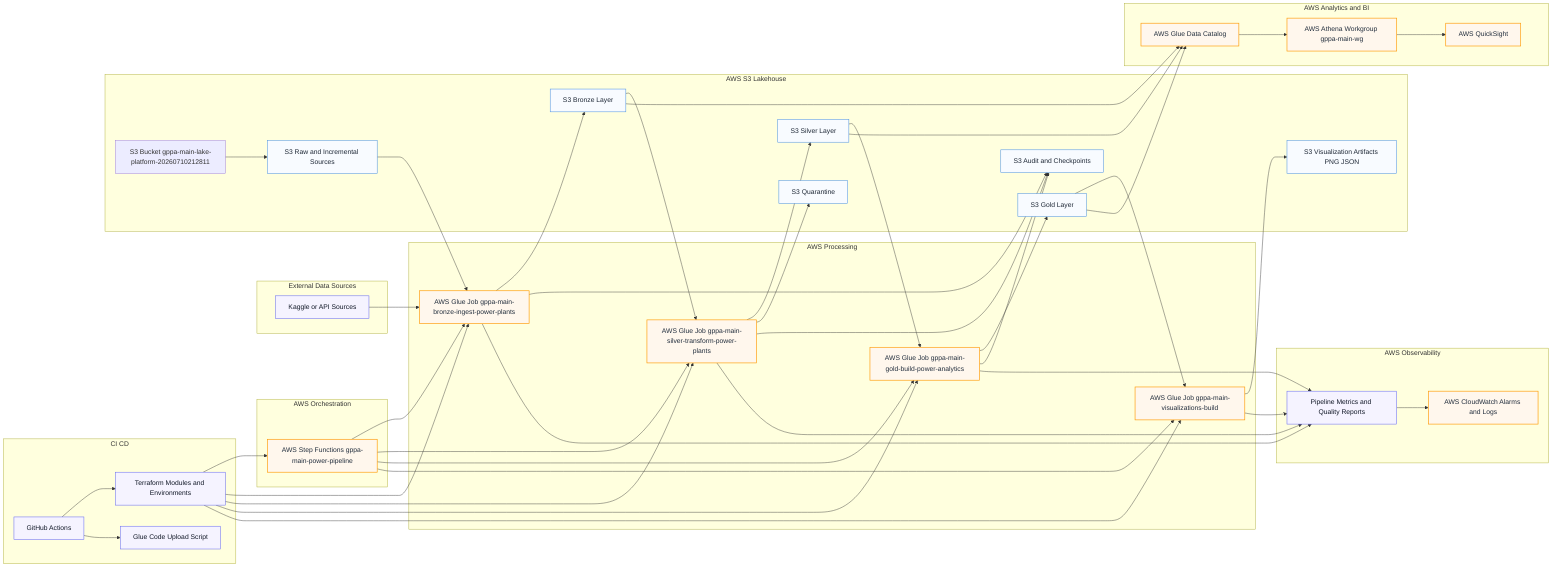
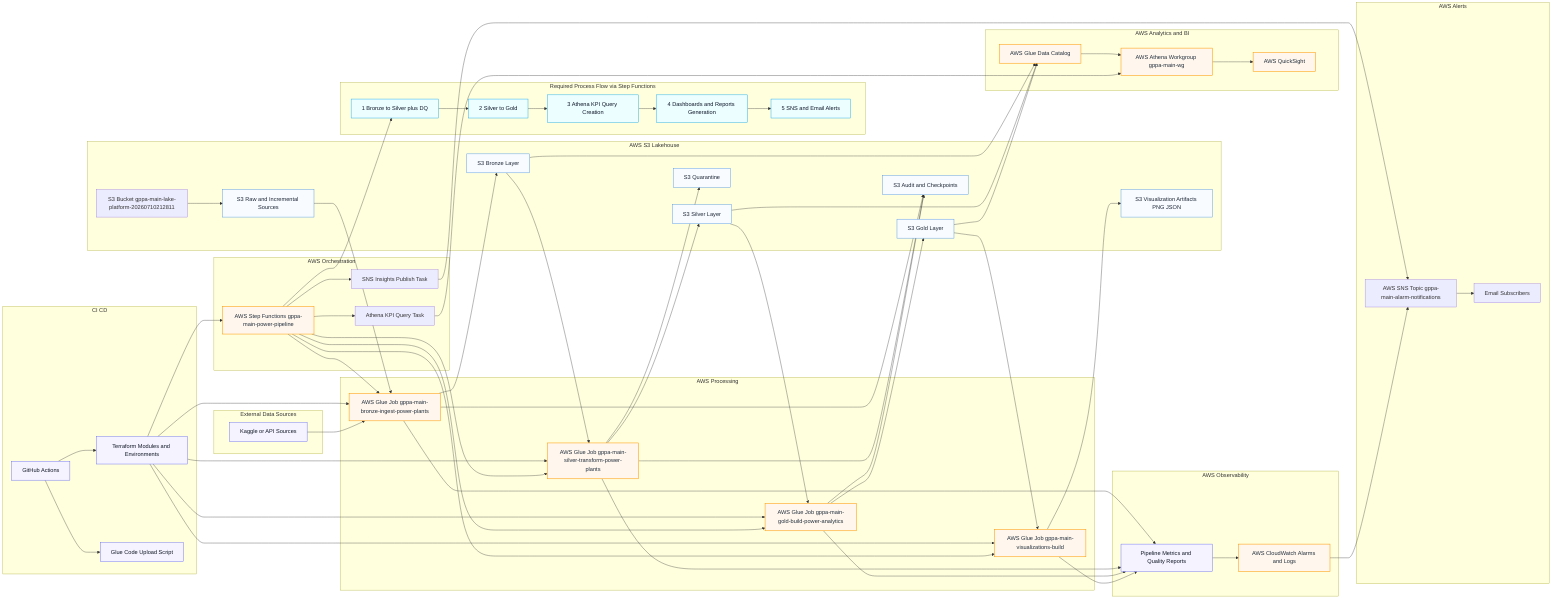
flowchart LR
    %% ------------------------------------------------------------
    %% Global Power Plant Analytics Platform - AWS Architecture
    %% Account: 371170753734 | Region: us-east-1
    %% Data lake bucket: gppa-main-lake-platform-20260710212811
    %% Step Functions ARN: arn:aws:states:us-east-1:371170753734:stateMachine:gppa-main-power-pipeline
    %% Athena workgroup: gppa-main-wg
    %% ------------------------------------------------------------

    subgraph DEVOPS[CI CD]
        GH[GitHub Actions]
        TF[Terraform Modules and Environments]
        UP[Glue Code Upload Script]
    end

    subgraph ORCH[AWS Orchestration]
        SFN[AWS Step Functions gppa-main-power-pipeline]
+         KPIQ[Athena KPI Query Task]
+         ALRT[SNS Insights Publish Task]
+     end
+ 
+     subgraph PROCESS[Required Process Flow via Step Functions]
+         P1[1 Bronze to Silver plus DQ]
+         P2[2 Silver to Gold]
+         P3[3 Athena KPI Query Creation]
+         P4[4 Dashboards and Reports Generation]
+         P5[5 SNS and Email Alerts]
    end

    subgraph ETL[AWS Processing]
        ING[AWS Glue Job gppa-main-bronze-ingest-power-plants]
        TRN[AWS Glue Job gppa-main-silver-transform-power-plants]
        GLD_JOB[AWS Glue Job gppa-main-gold-build-power-analytics]
        VIZ[AWS Glue Job gppa-main-visualizations-build]
    end

    subgraph EXT[External Data Sources]
        KAG[Kaggle or API Sources]
    end

    subgraph LAKE[AWS S3 Lakehouse]
        LKB[S3 Bucket gppa-main-lake-platform-20260710212811]
        RAW[S3 Raw and Incremental Sources]
        BRZ[S3 Bronze Layer]
        SLV[S3 Silver Layer]
        GLD[S3 Gold Layer]
        QTN[S3 Quarantine]
        AUD[S3 Audit and Checkpoints]
        VOUT[S3 Visualization Artifacts PNG JSON]
    end

    subgraph ANALYTICS[AWS Analytics and BI]
        CAT[AWS Glue Data Catalog]
        ATH[AWS Athena Workgroup gppa-main-wg]
        QS[AWS QuickSight]
    end

+     subgraph ALERTS[AWS Alerts]
+         SNS[AWS SNS Topic gppa-main-alarm-notifications]
+         EMAIL[Email Subscribers]
+     end
+ 
    subgraph OBS[AWS Observability]
        MET[Pipeline Metrics and Quality Reports]
        CW[AWS CloudWatch Alarms and Logs]
    end

    GH --> TF
    GH --> UP
    TF --> SFN
    TF --> ING
    TF --> TRN
    TF --> GLD_JOB
    TF --> VIZ

    LKB --> RAW
    KAG --> ING
    RAW --> ING
    SFN --> ING
    SFN --> TRN
    SFN --> GLD_JOB
+     SFN --> KPIQ
    SFN --> VIZ
+     SFN --> ALRT
+ 
+     P1 --> P2 --> P3 --> P4 --> P5
+     SFN --> P1

    ING --> BRZ
    ING --> AUD

    BRZ --> TRN
    TRN --> SLV
    TRN --> QTN
    TRN --> AUD

    SLV --> GLD_JOB
    GLD_JOB --> GLD
    GLD_JOB --> AUD
    GLD --> VIZ
    VIZ --> VOUT

    BRZ --> CAT
    SLV --> CAT
    GLD --> CAT

    CAT --> ATH
    ATH --> QS
+     KPIQ --> ATH

    ING --> MET
    TRN --> MET
    GLD_JOB --> MET
    VIZ --> MET
    MET --> CW
+     ALRT --> SNS
+     SNS --> EMAIL
+     CW --> SNS

    classDef aws fill:#FFF7ED,stroke:#FF9900,stroke-width:1.5px,color:#232F3E;
    classDef store fill:#F8FBFF,stroke:#4A90E2,stroke-width:1.2px,color:#1F2937;
    classDef ops fill:#F5F3FF,stroke:#6366F1,stroke-width:1.2px,color:#111827;
+     classDef flow fill:#ECFEFF,stroke:#0EA5E9,stroke-width:1.2px,color:#0F172A;

    class SFN,ING,TRN,GLD_JOB,VIZ,CAT,ATH,QS,CW aws;
    class RAW,BRZ,SLV,GLD,QTN,AUD,VOUT store;
    class GH,TF,UP,MET,KAG ops;
+     class P1,P2,P3,P4,P5 flow;
